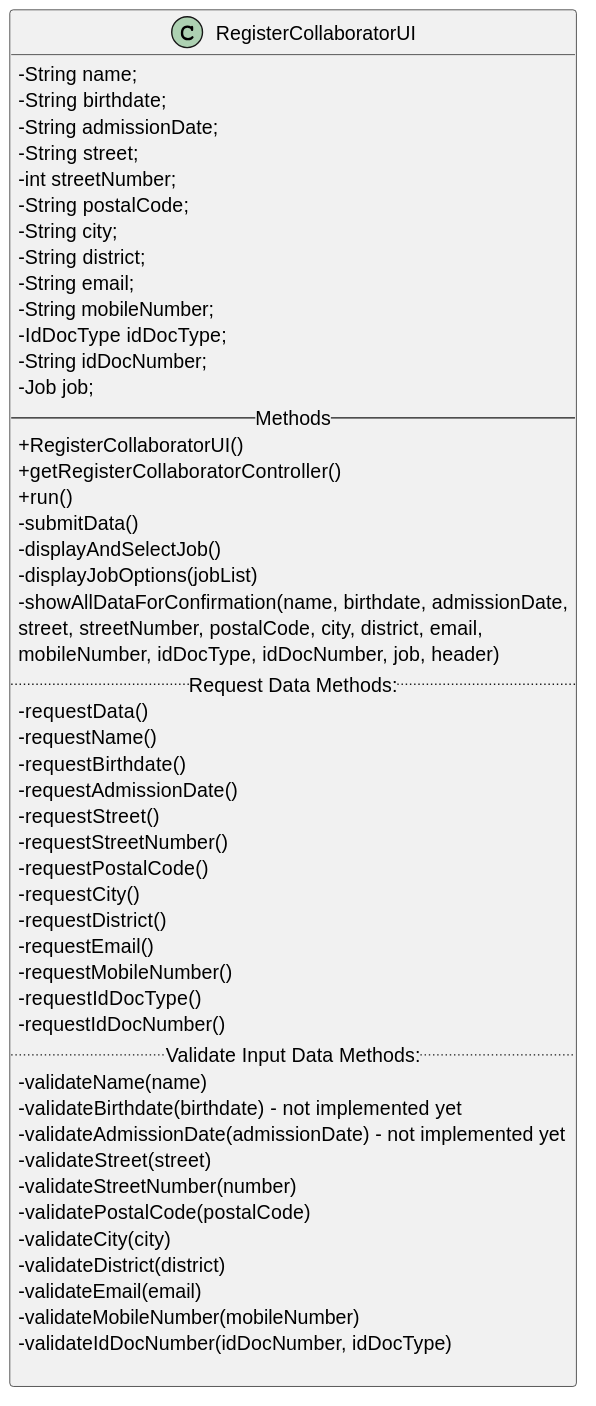
This is docs/sprintB/us003/03.design/svg/us003-class-diagram-register-collaborator-ui.svg from Rui-San/LAPR2_2023_2024, a PlantUML export, as it was before one commit.
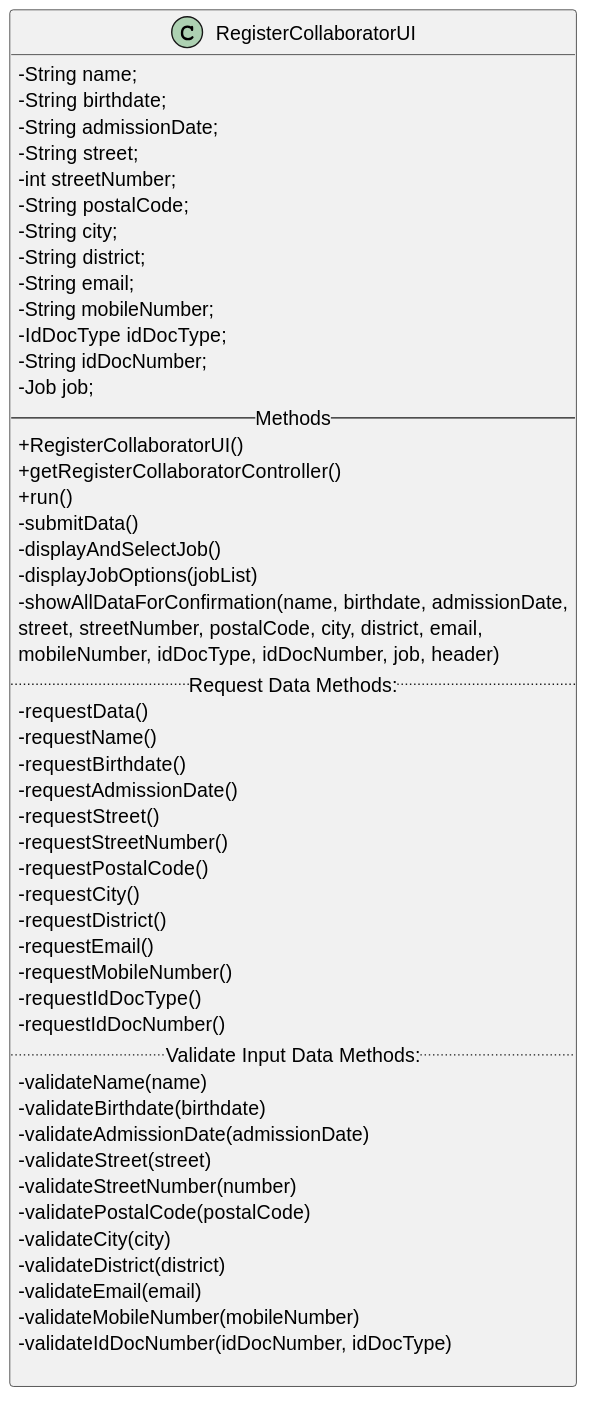
Later version of the same file.

Commit message:
Removed annotation from class diagram on us003

Diff of the diagram source:
```diff
@@ -43,8 +43,8 @@
     - requestIdDocNumber()
     .. Validate Input Data Methods: ..
     - validateName(name)
-    - validateBirthdate(birthdate) - not implemented yet
-    - validateAdmissionDate(admissionDate) - not implemented yet
+    - validateBirthdate(birthdate)
+    - validateAdmissionDate(admissionDate)
     - validateStreet(street)
     - validateStreetNumber(number)
     - validatePostalCode(postalCode)
```
